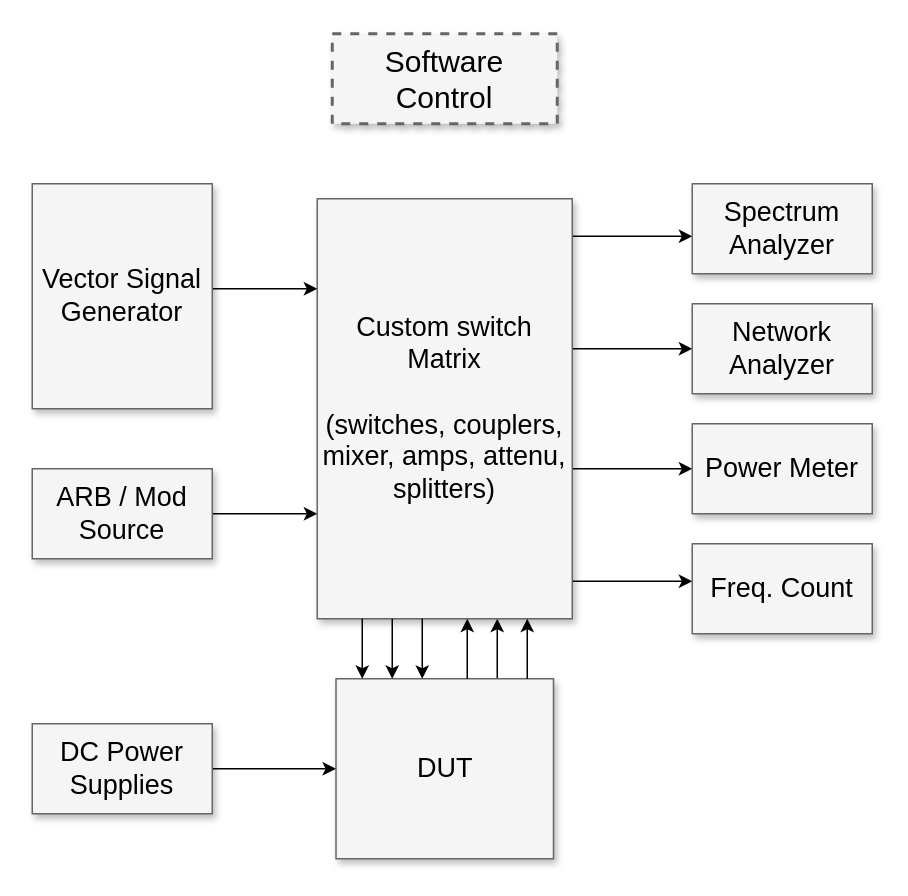
Above: Diagrama sem nome.drawio in RafaelEuclides/profile (draw.io), before the change. Source tidied: cells renumbered, new cells numbered last; positions are measured from the earlier drawing's top-left corner, leaving out a move shared by most shapes. Both pictures are drawn from the tidied source at 150%, with x=0, y=0 at pixel (32, 33).
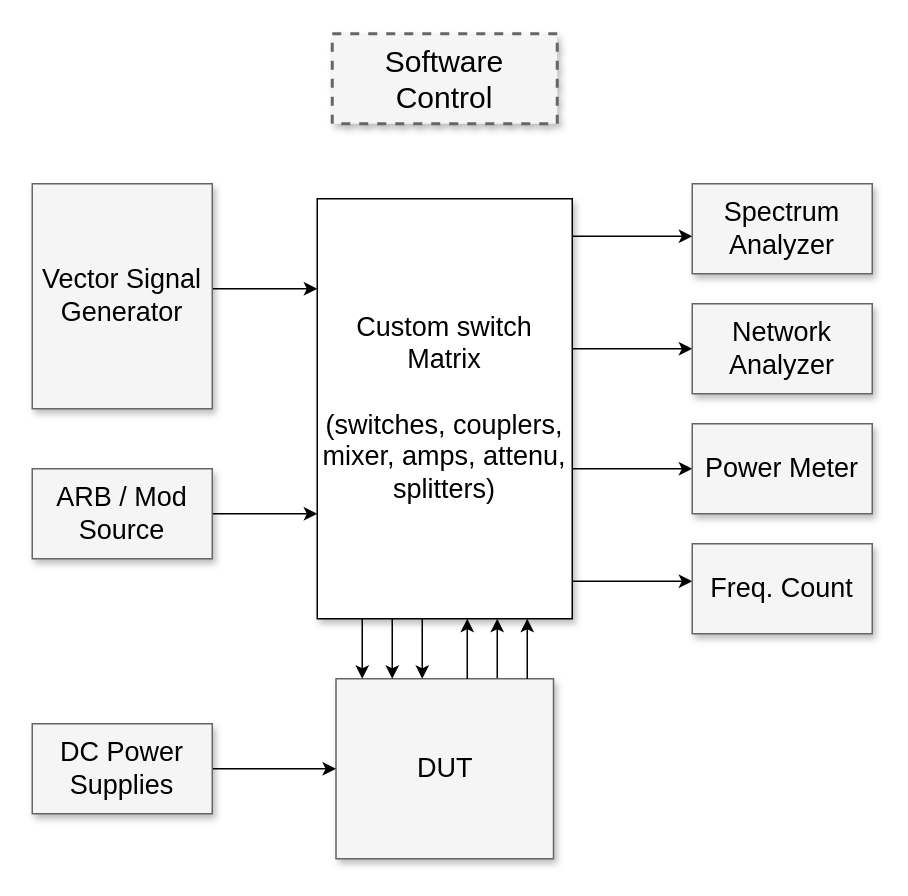
The same page after the edit.

Diff of the diagram source:
```diff
@@
-    <mxCell id="8" value="Custom switch Matrix&lt;div&gt;&lt;br&gt;&lt;/div&gt;&lt;div&gt;(switches, couplers, mixer, amps, attenu, splitters)&lt;/div&gt;" style="whiteSpace=wrap;html=1;shadow=1;fontSize=18;fillColor=#f5f5f5;strokeColor=#666666;" parent="1" vertex="1">
+    <mxCell id="8" value="Custom switch Matrix&lt;div&gt;&lt;br&gt;&lt;/div&gt;&lt;div&gt;(switches, couplers, mixer, amps, attenu, splitters)&lt;/div&gt;" style="whiteSpace=wrap;html=1;shadow=1;fontSize=18;" parent="1" vertex="1">
       <mxGeometry x="190" y="110" width="170" height="280" as="geometry" />
     </mxCell>
```
